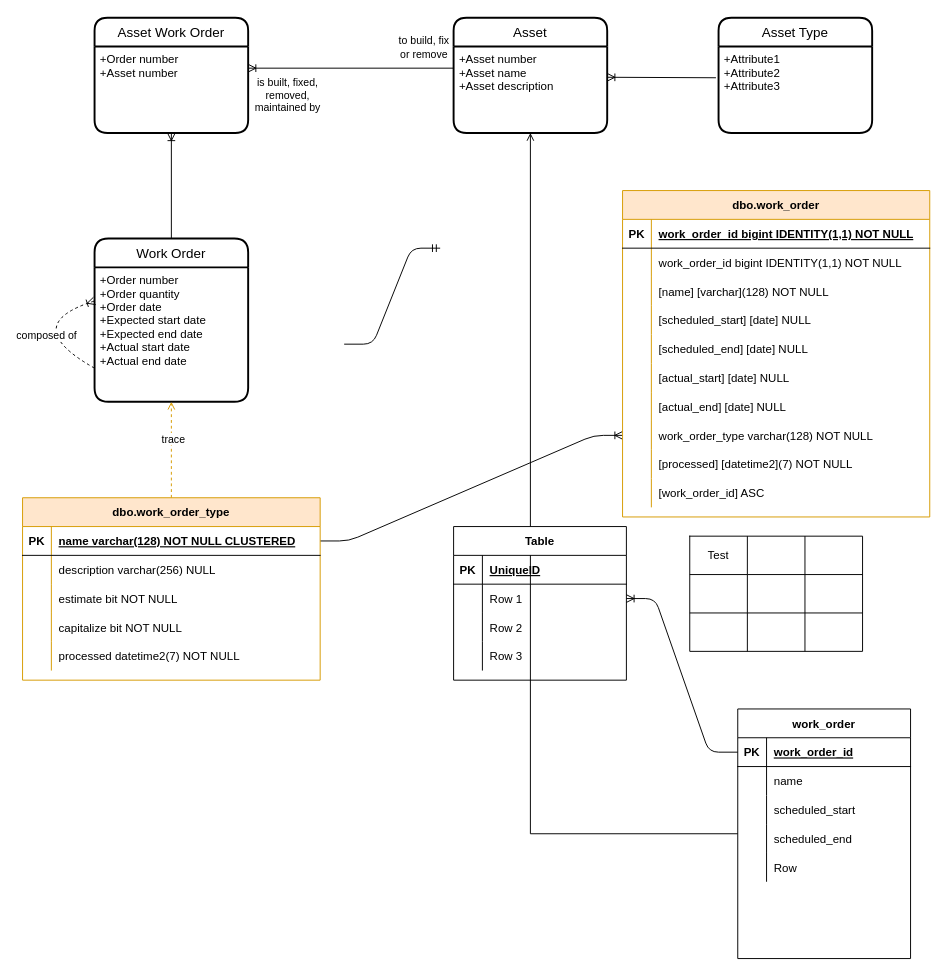
Before: management.design/DataModel.drawio in markash/management, a draw.io diagram. Source tidied: cells renumbered, new cells numbered last; positions are measured from the earlier drawing's top-left corner, leaving out a move shared by most shapes. Both pictures are drawn from the tidied source at 96%, with x=0, y=0 at pixel (17, 17).
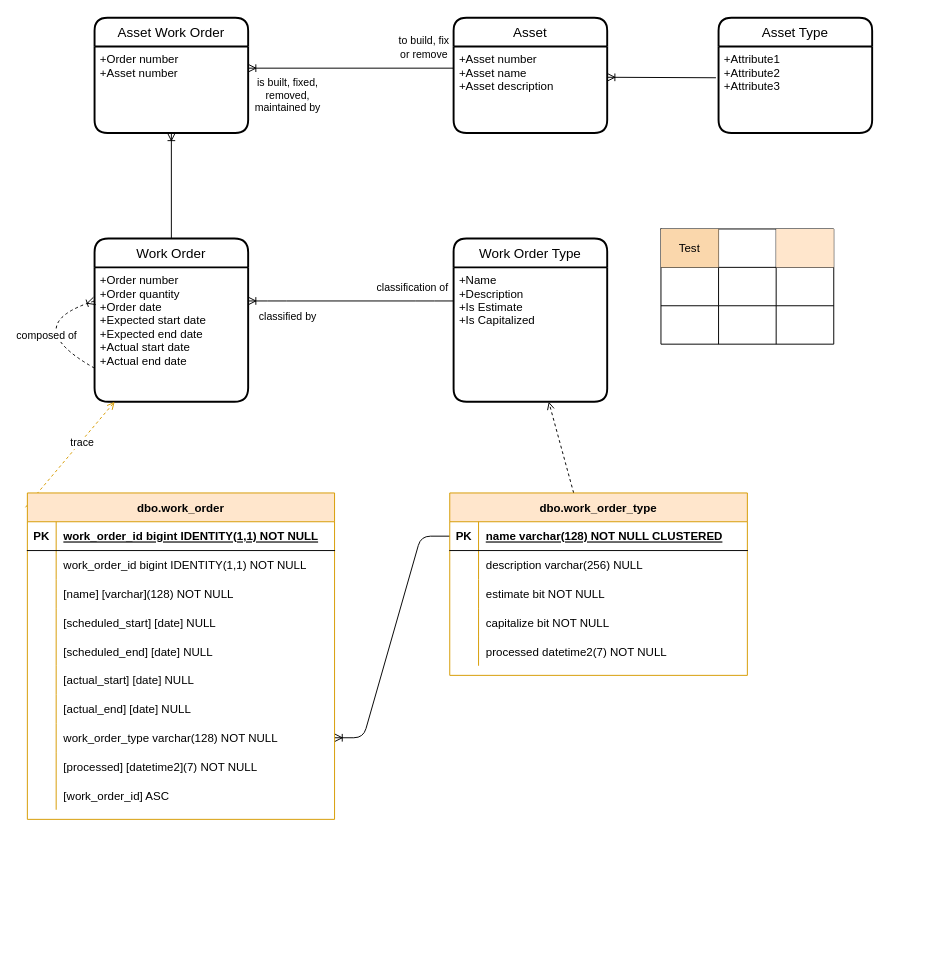
Above is the later version.

Commit message:
Work order type

The change refers to these unchanged cells:
```xml
<mxCell id="3" value="+Asset number&#10;+Asset name&#10;+Asset description" style="align=left;strokeColor=none;fillColor=none;spacingLeft=4;fontSize=12;verticalAlign=top;" parent="2" vertex="1">
  <mxGeometry y="30" width="160" height="90" as="geometry" />
</mxCell>
<mxCell id="5" value="+Order number&#10;+Order quantity&#10;+Order date&#10;+Expected start date&#10;+Expected end date&#10;+Actual start date&#10;+Actual end date" style="align=left;strokeColor=none;fillColor=none;spacingLeft=4;fontSize=12;verticalAlign=top;" parent="4" vertex="1">
  <mxGeometry y="30" width="160" height="140" as="geometry" />
</mxCell>
<mxCell id="40" style="shape=partialRectangle;html=1;whiteSpace=wrap;fillColor=none;top=0;left=0;bottom=0;right=0;" parent="39" vertex="1">
  <mxGeometry width="180" height="40" as="geometry" />
</mxCell>
<mxCell id="66" style="shape=partialRectangle;fillColor=none;points=[[0,0.5],[1,0.5]];portConstraint=eastwest;top=0;left=0;right=0;bottom=1;" parent="65" vertex="1">
  <mxGeometry y="30" width="310" height="30" as="geometry" />
</mxCell>
<mxCell id="103" style="shape=partialRectangle;fillColor=none;points=[[0,0.5],[1,0.5]];portConstraint=eastwest;top=0;left=0;right=0;bottom=0;" parent="81" vertex="1">
  <mxGeometry y="240" width="320" height="30" as="geometry" />
</mxCell>
```

The edit, as a diff of the source:
```diff
@@
-    <mxCell id="8" style="edgeStyle=orthogonalEdgeStyle;rounded=0;jettySize=auto;html=1;endArrow=open;endFill=0;" parent="1" edge="1" source="9" target="3">
-      <mxGeometry relative="1" as="geometry" />
-    </mxCell>
-    <mxCell id="9" value="work_order" style="shape=table;startSize=30;childLayout=tableLayout;rowLines=0;fontStyle=1;align=center;" parent="1" vertex="1">
-      <mxGeometry x="750" y="720" width="180" height="260" as="geometry" />
-    </mxCell>
-    <mxCell id="10" style="shape=partialRectangle;fillColor=none;top=0;left=0;bottom=1;right=0;points=[[0,0.5],[1,0.5]];portConstraint=eastwest;" parent="9" vertex="1">
-      <mxGeometry y="30" width="180" height="30" as="geometry" />
-    </mxCell>
-    <mxCell id="11" value="PK" style="shape=partialRectangle;fillColor=none;top=0;left=0;bottom=0;right=0;fontStyle=1;overflow=hidden;" parent="10" vertex="1">
-      <mxGeometry width="30" height="30" as="geometry" />
-    </mxCell>
-    <mxCell id="12" value="work_order_id" style="shape=partialRectangle;fillColor=none;top=0;left=0;bottom=0;right=0;align=left;spacingLeft=6;fontStyle=5;overflow=hidden;" parent="10" vertex="1">
-      <mxGeometry x="30" width="150" height="30" as="geometry" />
-    </mxCell>
-    <mxCell id="13" style="shape=partialRectangle;fillColor=none;top=0;left=0;bottom=0;right=0;" parent="9" vertex="1">
-      <mxGeometry y="60" width="180" height="30" as="geometry" />
-    </mxCell>
-    <mxCell id="14" style="shape=partialRectangle;fillColor=none;top=0;left=0;bottom=0;right=0;overflow=hidden;" parent="13" vertex="1">
-      <mxGeometry width="30" height="30" as="geometry" />
-    </mxCell>
-    <mxCell id="15" value="name" style="shape=partialRectangle;fillColor=none;top=0;left=0;bottom=0;right=0;align=left;spacingLeft=6;overflow=hidden;" parent="13" vertex="1">
-      <mxGeometry x="30" width="150" height="30" as="geometry" />
-    </mxCell>
-    <mxCell id="16" style="shape=partialRectangle;fillColor=none;top=0;left=0;bottom=0;right=0;" parent="9" vertex="1">
-      <mxGeometry y="90" width="180" height="30" as="geometry" />
-    </mxCell>
-    <mxCell id="17" style="shape=partialRectangle;fillColor=none;top=0;left=0;bottom=0;right=0;overflow=hidden;" parent="16" vertex="1">
-      <mxGeometry width="30" height="30" as="geometry" />
-    </mxCell>
-    <mxCell id="18" value="scheduled_start" style="shape=partialRectangle;fillColor=none;top=0;left=0;bottom=0;right=0;align=left;spacingLeft=6;overflow=hidden;" parent="16" vertex="1">
-      <mxGeometry x="30" width="150" height="30" as="geometry" />
-    </mxCell>
-    <mxCell id="19" style="shape=partialRectangle;fillColor=none;top=0;left=0;bottom=0;right=0;" parent="9" vertex="1">
-      <mxGeometry y="120" width="180" height="30" as="geometry" />
-    </mxCell>
-    <mxCell id="20" style="shape=partialRectangle;fillColor=none;top=0;left=0;bottom=0;right=0;overflow=hidden;" parent="19" vertex="1">
-      <mxGeometry width="30" height="30" as="geometry" />
-    </mxCell>
-    <mxCell id="21" value="scheduled_end" style="shape=partialRectangle;fillColor=none;top=0;left=0;bottom=0;right=0;align=left;spacingLeft=6;overflow=hidden;" parent="19" vertex="1">
-      <mxGeometry x="30" width="150" height="30" as="geometry" />
-    </mxCell>
-    <mxCell id="22" style="shape=partialRectangle;fillColor=none;top=0;left=0;bottom=0;right=0;" parent="9" vertex="1">
-      <mxGeometry y="150" width="180" height="30" as="geometry" />
-    </mxCell>
-    <mxCell id="23" style="shape=partialRectangle;fillColor=none;top=0;left=0;bottom=0;right=0;overflow=hidden;" parent="22" vertex="1">
-      <mxGeometry width="30" height="30" as="geometry" />
-    </mxCell>
-    <mxCell id="24" value="Row" style="shape=partialRectangle;fillColor=none;top=0;left=0;bottom=0;right=0;align=left;spacingLeft=6;overflow=hidden;" parent="22" vertex="1">
-      <mxGeometry x="30" width="150" height="30" as="geometry" />
-    </mxCell>
-    <mxCell id="25" value="Table" style="shape=table;startSize=30;childLayout=tableLayout;rowLines=0;fontStyle=1;align=center;" parent="1" vertex="1">
-      <mxGeometry x="454" y="530" width="180" height="160" as="geometry" />
-    </mxCell>
-    <mxCell id="26" style="shape=partialRectangle;fillColor=none;top=0;left=0;bottom=1;right=0;" parent="25" vertex="1">
-      <mxGeometry y="30" width="180" height="30" as="geometry" />
-    </mxCell>
-    <mxCell id="27" value="PK" style="shape=partialRectangle;fillColor=none;top=0;left=0;bottom=0;right=0;fontStyle=1;overflow=hidden;" parent="26" vertex="1">
-      <mxGeometry width="30" height="30" as="geometry" />
-    </mxCell>
-    <mxCell id="28" value="UniqueID" style="shape=partialRectangle;fillColor=none;top=0;left=0;bottom=0;right=0;align=left;spacingLeft=6;fontStyle=5;overflow=hidden;" parent="26" vertex="1">
-      <mxGeometry x="30" width="150" height="30" as="geometry" />
-    </mxCell>
-    <mxCell id="29" style="shape=partialRectangle;fillColor=none;top=0;left=0;bottom=0;right=0;points=[[0,0.5],[1,0.5]];portConstraint=eastwest;" parent="25" vertex="1">
-      <mxGeometry y="60" width="180" height="30" as="geometry" />
-    </mxCell>
-    <mxCell id="30" style="shape=partialRectangle;fillColor=none;top=0;left=0;bottom=0;right=0;overflow=hidden;" parent="29" vertex="1">
-      <mxGeometry width="30" height="30" as="geometry" />
-    </mxCell>
-    <mxCell id="31" value="Row 1" style="shape=partialRectangle;fillColor=none;top=0;left=0;bottom=0;right=0;align=left;spacingLeft=6;overflow=hidden;" parent="29" vertex="1">
-      <mxGeometry x="30" width="150" height="30" as="geometry" />
-    </mxCell>
-    <mxCell id="32" style="shape=partialRectangle;fillColor=none;top=0;left=0;bottom=0;right=0;" parent="25" vertex="1">
-      <mxGeometry y="90" width="180" height="30" as="geometry" />
-    </mxCell>
-    <mxCell id="33" style="shape=partialRectangle;fillColor=none;top=0;left=0;bottom=0;right=0;overflow=hidden;" parent="32" vertex="1">
-      <mxGeometry width="30" height="30" as="geometry" />
-    </mxCell>
-    <mxCell id="34" value="Row 2" style="shape=partialRectangle;fillColor=none;top=0;left=0;bottom=0;right=0;align=left;spacingLeft=6;overflow=hidden;" parent="32" vertex="1">
-      <mxGeometry x="30" width="150" height="30" as="geometry" />
-    </mxCell>
-    <mxCell id="35" style="shape=partialRectangle;fillColor=none;top=0;left=0;bottom=0;right=0;" parent="25" vertex="1">
-      <mxGeometry y="120" width="180" height="30" as="geometry" />
-    </mxCell>
-    <mxCell id="36" style="shape=partialRectangle;fillColor=none;top=0;left=0;bottom=0;right=0;overflow=hidden;" parent="35" vertex="1">
-      <mxGeometry width="30" height="30" as="geometry" />
-    </mxCell>
-    <mxCell id="37" value="Row 3" style="shape=partialRectangle;fillColor=none;top=0;left=0;bottom=0;right=0;align=left;spacingLeft=6;overflow=hidden;" parent="35" vertex="1">
-      <mxGeometry x="30" width="150" height="30" as="geometry" />
-    </mxCell>
-    <mxCell id="38" style="edgeStyle=entityRelationEdgeStyle;fontSize=12;html=1;endArrow=ERoneToMany;" parent="1" edge="1" source="10" target="29">
-      <mxGeometry relative="1" as="geometry" />
-    </mxCell>
     <mxCell id="39" style="shape=table;html=1;whiteSpace=wrap;startSize=0;childLayout=tableLayout;" parent="1" vertex="1">
-      <mxGeometry x="700" y="540" width="180" height="120" as="geometry" />
+      <mxGeometry x="670" y="220" width="180" height="120" as="geometry" />
     </mxCell>
@@
-    <mxCell id="41" value="Test" style="shape=partialRectangle;html=1;whiteSpace=wrap;fillColor=none;top=0;left=0;bottom=0;right=0;overflow=hidden;" parent="40" vertex="1">
+    <mxCell id="41" value="Test" style="shape=partialRectangle;html=1;whiteSpace=wrap;fillColor=#fad7ac;top=0;left=0;bottom=0;right=0;overflow=hidden;strokeColor=#b46504;" parent="40" vertex="1">
       <mxGeometry width="60" height="40" as="geometry" />
     </mxCell>
@@
-    <mxCell id="43" style="shape=partialRectangle;html=1;whiteSpace=wrap;fillColor=none;top=0;left=0;bottom=0;right=0;overflow=hidden;" parent="40" vertex="1">
+    <mxCell id="43" style="shape=partialRectangle;html=1;whiteSpace=wrap;fillColor=#ffe6cc;top=0;left=0;bottom=0;right=0;overflow=hidden;strokeColor=#d79b00;" parent="40" vertex="1">
       <mxGeometry x="120" width="60" height="40" as="geometry" />
     </mxCell>
@@
-    <mxCell id="60" style="edgeStyle=entityRelationEdgeStyle;fontSize=12;html=1;endArrow=ERoneToMany;exitX=1;exitY=0.5;exitDx=0;exitDy=0;" parent="1" edge="1" source="66" target="103">
+    <mxCell id="60" style="edgeStyle=entityRelationEdgeStyle;fontSize=12;html=1;endArrow=ERoneToMany;" parent="1" edge="1" source="66" target="103">
       <mxGeometry relative="1" as="geometry" />
     </mxCell>
-    <mxCell id="61" style="edgeStyle=entityRelationEdgeStyle;fontSize=12;html=1;endArrow=ERmandOne;" parent="1" edge="1">
-      <mxGeometry relative="1" as="geometry">
-        <mxPoint x="340" y="340" as="sourcePoint" />
-        <mxPoint x="440" y="240" as="targetPoint" />
-      </mxGeometry>
-    </mxCell>
@@
-    <mxCell id="63" style="edgeStyle=none;rounded=1;jettySize=auto;html=1;strokeColor=#d79b00;strokeWidth=1;dashed=1;startArrow=none;startFill=0;endArrow=open;endFill=0;fillColor=#ffe6cc;" parent="1" edge="1" source="65" target="5">
+    <mxCell id="63" style="edgeStyle=none;rounded=1;jettySize=auto;html=1;strokeColor=#d79b00;strokeWidth=1;dashed=1;startArrow=none;startFill=0;endArrow=open;endFill=0;fillColor=#ffe6cc;exitX=-0.006;exitY=0.044;exitDx=0;exitDy=0;exitPerimeter=0;" parent="1" edge="1" source="81" target="5">
       <mxGeometry relative="1" as="geometry" />
     </mxCell>
@@
+    <mxCell id="112" style="edgeStyle=none;rounded=1;jettySize=auto;html=1;startArrow=none;startFill=0;endArrow=open;endFill=0;strokeColor=#000000;strokeWidth=1;dashed=1;" parent="1" edge="1" source="65" target="114">
+      <mxGeometry relative="1" as="geometry" />
+    </mxCell>
     <mxCell id="65" value="dbo.work_order_type" style="shape=table;startSize=30;childLayout=tableLayout;rowLines=0;fontStyle=1;align=center;fillColor=#ffe6cc;strokeColor=#d79b00;" parent="1" vertex="1">
-      <mxGeometry x="5" y="500" width="310" height="190" as="geometry" />
+      <mxGeometry x="450" y="495" width="310" height="190" as="geometry" />
     </mxCell>
@@
     <mxCell id="81" value="dbo.work_order" style="shape=table;startSize=30;childLayout=tableLayout;rowLines=0;fontStyle=1;align=center;fillColor=#ffe6cc;strokeColor=#d79b00;" parent="1" vertex="1">
-      <mxGeometry x="630" y="180" width="320" height="340" as="geometry" />
+      <mxGeometry x="10" y="495" width="320" height="340" as="geometry" />
     </mxCell>
@@
+    <mxCell id="113" value="Work Order Type" style="swimlane;horizontal=1;startSize=30;rounded=1;fontSize=14;fontStyle=0;strokeWidth=2;shadow=0;dashed=0;align=center;" parent="1" vertex="1">
+      <mxGeometry x="454" y="230" width="160" height="170" as="geometry" />
+    </mxCell>
+    <mxCell id="114" value="+Name&#10;+Description&#10;+Is Estimate&#10;+Is Capitalized" style="align=left;strokeColor=none;fillColor=none;spacingLeft=4;fontSize=12;verticalAlign=top;" parent="113" vertex="1">
+      <mxGeometry y="30" width="160" height="140" as="geometry" />
+    </mxCell>
+    <mxCell id="115" style="edgeStyle=entityRelationEdgeStyle;fontSize=12;html=1;endArrow=ERoneToMany;strokeColor=#000000;strokeWidth=1;exitX=0;exitY=0.25;exitDx=0;exitDy=0;entryX=1;entryY=0.25;entryDx=0;entryDy=0;" parent="1" edge="1" source="114" target="5">
+      <mxGeometry relative="1" as="geometry" />
+    </mxCell>
+    <mxCell id="116" value="classified by" style="edgeLabel;html=1;align=center;verticalAlign=middle;" parent="115" vertex="1">
+      <mxGeometry x="0.26" y="4" relative="1" as="geometry">
+        <mxPoint x="-39" y="11" as="offset" />
+      </mxGeometry>
+    </mxCell>
+    <mxCell id="117" value="classification of" style="edgeLabel;html=1;align=center;verticalAlign=middle;" parent="115" vertex="1">
+      <mxGeometry x="-0.24" y="-1" relative="1" as="geometry">
+        <mxPoint x="37" y="-14" as="offset" />
+      </mxGeometry>
+    </mxCell>
```
